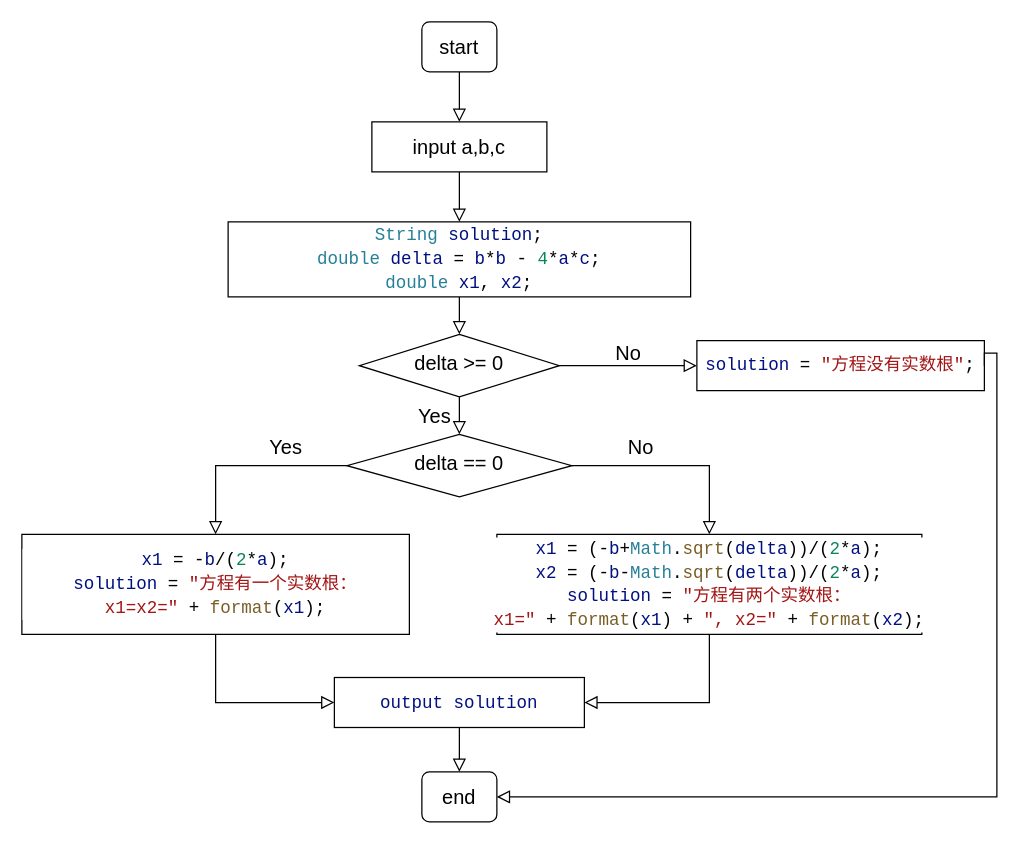
Earlier version of the draw.io diagram UML_practice/SWT_homework2-2.drawio (rise0608/images). Source tidied: cells renumbered, new cells numbered last; positions are measured from the earlier drawing's top-left corner, leaving out a move shared by most shapes. Both pictures are drawn from the tidied source at 125%, with x=0, y=0 at pixel (21, 21).
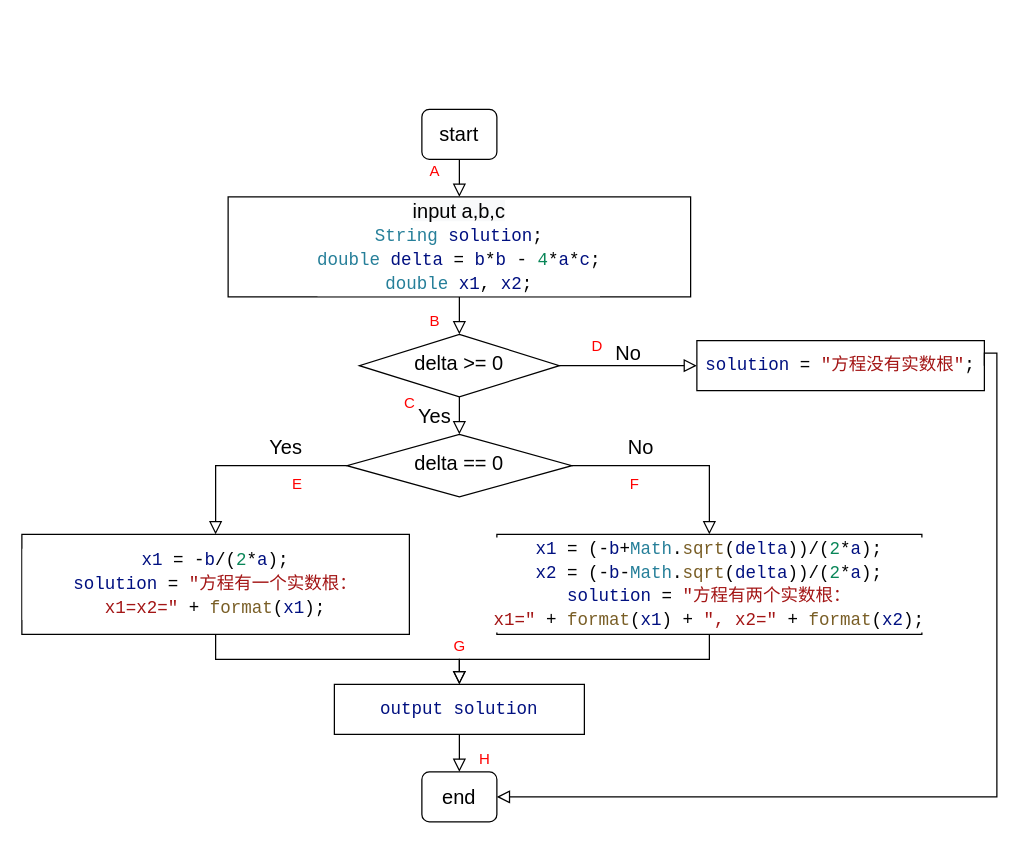
The same page after the edit.

Unchanged cells that the change refers to:
```xml
<mxCell id="10" value="&lt;div style=&quot;background-color: rgb(255 , 255 , 255) ; font-family: &amp;#34;consolas&amp;#34; , &amp;#34;courier new&amp;#34; , monospace ; font-size: 14px ; line-height: 19px&quot;&gt;&lt;div style=&quot;font-family: &amp;#34;consolas&amp;#34; , &amp;#34;courier new&amp;#34; , monospace ; line-height: 19px&quot;&gt;&lt;span style=&quot;color: #001080&quot;&gt;x1&lt;/span&gt;&amp;nbsp;=&amp;nbsp;(-&lt;span style=&quot;color: #001080&quot;&gt;b&lt;/span&gt;+&lt;span style=&quot;color: #267f99&quot;&gt;Math&lt;/span&gt;.&lt;span style=&quot;color: #795e26&quot;&gt;sqrt&lt;/span&gt;(&lt;span style=&quot;color: #001080&quot;&gt;delta&lt;/span&gt;))/(&lt;span style=&quot;color: #098658&quot;&gt;2&lt;/span&gt;*&lt;span style=&quot;color: #001080&quot;&gt;a&lt;/span&gt;);&lt;/div&gt;&lt;div style=&quot;font-family: &amp;#34;consolas&amp;#34; , &amp;#34;courier new&amp;#34; , monospace ; line-height: 19px&quot;&gt;&lt;div style=&quot;font-family: &amp;#34;consolas&amp;#34; , &amp;#34;courier new&amp;#34; , monospace ; line-height: 19px&quot;&gt;&lt;span style=&quot;color: #001080&quot;&gt;x2&lt;/span&gt;&amp;nbsp;=&amp;nbsp;(-&lt;span style=&quot;color: #001080&quot;&gt;b&lt;/span&gt;-&lt;span style=&quot;color: #267f99&quot;&gt;Math&lt;/span&gt;.&lt;span style=&quot;color: #795e26&quot;&gt;sqrt&lt;/span&gt;(&lt;span style=&quot;color: #001080&quot;&gt;delta&lt;/span&gt;))/(&lt;span style=&quot;color: #098658&quot;&gt;2&lt;/span&gt;*&lt;span style=&quot;color: #001080&quot;&gt;a&lt;/span&gt;);&lt;/div&gt;&lt;div style=&quot;font-family: &amp;#34;consolas&amp;#34; , &amp;#34;courier new&amp;#34; , monospace ; line-height: 19px&quot;&gt;&lt;div style=&quot;font-family: &amp;#34;consolas&amp;#34; , &amp;#34;courier new&amp;#34; , monospace ; line-height: 19px&quot;&gt;&lt;span style=&quot;color: #001080&quot;&gt;solution&lt;/span&gt;&amp;nbsp;=&amp;nbsp;&lt;span style=&quot;color: #a31515&quot;&gt;&quot;方程有两个实数根：x1=&quot;&lt;/span&gt;&amp;nbsp;+&amp;nbsp;&lt;span style=&quot;color: #795e26&quot;&gt;format&lt;/span&gt;(&lt;span style=&quot;color: #001080&quot;&gt;x1&lt;/span&gt;)&amp;nbsp;+&amp;nbsp;&lt;span style=&quot;color: #a31515&quot;&gt;&quot;,&amp;nbsp;x2=&quot;&lt;/span&gt;&amp;nbsp;+&amp;nbsp;&lt;span style=&quot;color: #795e26&quot;&gt;format&lt;/span&gt;(&lt;span style=&quot;color: #001080&quot;&gt;x2&lt;/span&gt;);&lt;/div&gt;&lt;/div&gt;&lt;/div&gt;&lt;/div&gt;" style="rounded=0;whiteSpace=wrap;html=1;fontSize=16;glass=0;strokeWidth=1;shadow=0;" parent="1" vertex="1">
  <mxGeometry x="380" y="410" width="340" height="80" as="geometry" />
</mxCell>
<mxCell id="11" value="&lt;div style=&quot;background-color: rgb(255 , 255 , 255) ; font-family: &amp;#34;consolas&amp;#34; , &amp;#34;courier new&amp;#34; , monospace ; font-size: 14px ; line-height: 19px&quot;&gt;&lt;div style=&quot;font-family: &amp;#34;consolas&amp;#34; , &amp;#34;courier new&amp;#34; , monospace ; line-height: 19px&quot;&gt;&lt;div&gt;&lt;span style=&quot;color: #001080&quot;&gt;x1&lt;/span&gt;&amp;nbsp;=&amp;nbsp;-&lt;span style=&quot;color: #001080&quot;&gt;b&lt;/span&gt;/(&lt;span style=&quot;color: #098658&quot;&gt;2&lt;/span&gt;*&lt;span style=&quot;color: #001080&quot;&gt;a&lt;/span&gt;);&lt;/div&gt;&lt;div&gt;&lt;span style=&quot;color: rgb(0 , 16 , 128)&quot;&gt;solution&lt;/span&gt;&amp;nbsp;=&amp;nbsp;&lt;span style=&quot;color: rgb(163 , 21 , 21)&quot;&gt;&quot;方程有一个实数根：x1=x2=&quot;&lt;/span&gt;&amp;nbsp;+&amp;nbsp;&lt;span style=&quot;color: rgb(121 , 94 , 38)&quot;&gt;format&lt;/span&gt;(&lt;span style=&quot;color: rgb(0 , 16 , 128)&quot;&gt;x1&lt;/span&gt;);&lt;/div&gt;&lt;/div&gt;&lt;/div&gt;" style="rounded=0;whiteSpace=wrap;html=1;fontSize=16;glass=0;strokeWidth=1;shadow=0;" parent="1" vertex="1">
  <mxGeometry y="410" width="310" height="80" as="geometry" />
</mxCell>
```

Change to the diagram source:
```diff
@@
     <mxCell id="2" value="start" style="rounded=1;whiteSpace=wrap;html=1;fontSize=16;glass=0;strokeWidth=1;shadow=0;" parent="1" vertex="1">
-      <mxGeometry x="320" width="60" height="40" as="geometry" />
+      <mxGeometry x="320" y="70" width="60" height="40" as="geometry" />
     </mxCell>
@@
     <mxCell id="12" value="&lt;div style=&quot;background-color: rgb(255 , 255 , 255) ; font-family: &amp;#34;consolas&amp;#34; , &amp;#34;courier new&amp;#34; , monospace ; font-size: 14px ; line-height: 19px&quot;&gt;&lt;font color=&quot;#001080&quot;&gt;output solution&lt;/font&gt;&lt;/div&gt;" style="rounded=0;whiteSpace=wrap;html=1;fontSize=16;glass=0;strokeWidth=1;shadow=0;" parent="1" vertex="1">
-      <mxGeometry x="250" y="524.5" width="200" height="40" as="geometry" />
+      <mxGeometry x="250" y="530" width="200" height="40" as="geometry" />
     </mxCell>
-    <mxCell id="13" value="input a,b,c" style="rounded=0;whiteSpace=wrap;html=1;fontSize=16;glass=0;strokeWidth=1;shadow=0;" parent="1" vertex="1">
-      <mxGeometry x="280" y="80" width="140" height="40" as="geometry" />
-    </mxCell>
-    <mxCell id="14" style="rounded=0;html=1;jettySize=auto;fontSize=16;endArrow=block;endFill=0;endSize=8;strokeWidth=1;shadow=0;labelBackgroundColor=none;edgeStyle=orthogonalEdgeStyle;entryX=0.5;entryY=0;entryDx=0;entryDy=0;" parent="1" edge="1" source="13" target="18">
-      <mxGeometry y="20" relative="1" as="geometry" />
-    </mxCell>
-    <mxCell id="15" style="rounded=0;html=1;jettySize=auto;fontSize=16;endArrow=block;endFill=0;endSize=8;strokeWidth=1;shadow=0;labelBackgroundColor=none;edgeStyle=orthogonalEdgeStyle;exitX=0.5;exitY=1;exitDx=0;exitDy=0;entryX=0.5;entryY=0;entryDx=0;entryDy=0;" parent="1" edge="1" source="2" target="13">
+    <mxCell id="15" style="rounded=0;html=1;jettySize=auto;fontSize=16;endArrow=block;endFill=0;endSize=8;strokeWidth=1;shadow=0;labelBackgroundColor=none;edgeStyle=orthogonalEdgeStyle;exitX=0.5;exitY=1;exitDx=0;exitDy=0;entryX=0.5;entryY=0;entryDx=0;entryDy=0;" parent="1" edge="1" source="2" target="18">
       <mxGeometry y="20" relative="1" as="geometry" />
     </mxCell>
-    <mxCell id="16" style="rounded=0;html=1;jettySize=auto;fontSize=16;endArrow=block;endFill=0;endSize=8;strokeWidth=1;shadow=0;labelBackgroundColor=none;edgeStyle=orthogonalEdgeStyle;exitX=0.5;exitY=1;exitDx=0;exitDy=0;entryX=1;entryY=0.5;entryDx=0;entryDy=0;" parent="1" edge="1" source="10" target="12">
-      <mxGeometry y="20" relative="1" as="geometry" />
+    <mxCell id="16" style="rounded=0;html=1;jettySize=auto;fontSize=16;endArrow=block;endFill=0;endSize=8;strokeWidth=1;shadow=0;labelBackgroundColor=none;edgeStyle=orthogonalEdgeStyle;exitX=0.5;exitY=1;exitDx=0;exitDy=0;" parent="1" edge="1" source="10" target="12">
+      <mxGeometry y="20" relative="1" as="geometry">
+        <Array as="points">
+          <mxPoint x="550" y="510" />
+          <mxPoint x="350" y="510" />
+        </Array>
+      </mxGeometry>
     </mxCell>
-    <mxCell id="17" style="rounded=0;html=1;jettySize=auto;fontSize=16;endArrow=block;endFill=0;endSize=8;strokeWidth=1;shadow=0;labelBackgroundColor=none;edgeStyle=orthogonalEdgeStyle;entryX=0;entryY=0.5;entryDx=0;entryDy=0;exitX=0.5;exitY=1;exitDx=0;exitDy=0;" parent="1" edge="1" source="11" target="12">
-      <mxGeometry y="20" relative="1" as="geometry" />
+    <mxCell id="17" style="rounded=0;html=1;jettySize=auto;fontSize=16;endArrow=block;endFill=0;endSize=8;strokeWidth=1;shadow=0;labelBackgroundColor=none;edgeStyle=orthogonalEdgeStyle;entryX=0.5;entryY=0;entryDx=0;entryDy=0;exitX=0.5;exitY=1;exitDx=0;exitDy=0;" parent="1" edge="1" source="11" target="12">
+      <mxGeometry y="20" relative="1" as="geometry">
+        <Array as="points">
+          <mxPoint x="155" y="510" />
+          <mxPoint x="350" y="510" />
+        </Array>
+      </mxGeometry>
     </mxCell>
-    <mxCell id="18" value="&lt;div style=&quot;background-color: rgb(255 , 255 , 255) ; font-family: &amp;#34;consolas&amp;#34; , &amp;#34;courier new&amp;#34; , monospace ; font-size: 14px ; line-height: 19px&quot;&gt;&lt;div style=&quot;font-family: &amp;#34;consolas&amp;#34; , &amp;#34;courier new&amp;#34; , monospace ; line-height: 19px&quot;&gt;&lt;div&gt;&lt;span style=&quot;color: #267f99&quot;&gt;String&lt;/span&gt;&amp;nbsp;&lt;span style=&quot;color: #001080&quot;&gt;solution&lt;/span&gt;;&lt;/div&gt;&lt;div&gt;&lt;span style=&quot;color: rgb(38 , 127 , 153)&quot;&gt;double&lt;/span&gt;&amp;nbsp;&lt;span style=&quot;color: rgb(0 , 16 , 128)&quot;&gt;delta&lt;/span&gt;&amp;nbsp;=&amp;nbsp;&lt;span style=&quot;color: rgb(0 , 16 , 128)&quot;&gt;b&lt;/span&gt;*&lt;span style=&quot;color: rgb(0 , 16 , 128)&quot;&gt;b&lt;/span&gt;&amp;nbsp;-&amp;nbsp;&lt;span style=&quot;color: rgb(9 , 134 , 88)&quot;&gt;4&lt;/span&gt;*&lt;span style=&quot;color: rgb(0 , 16 , 128)&quot;&gt;a&lt;/span&gt;*&lt;span style=&quot;color: rgb(0 , 16 , 128)&quot;&gt;c&lt;/span&gt;;&lt;/div&gt;&lt;div&gt;&lt;span style=&quot;color: rgb(38 , 127 , 153)&quot;&gt;double&lt;/span&gt;&amp;nbsp;&lt;span style=&quot;color: rgb(0 , 16 , 128)&quot;&gt;x1&lt;/span&gt;,&amp;nbsp;&lt;span style=&quot;color: rgb(0 , 16 , 128)&quot;&gt;x2&lt;/span&gt;;&lt;/div&gt;&lt;/div&gt;&lt;/div&gt;" style="rounded=0;whiteSpace=wrap;html=1;fontSize=16;glass=0;strokeWidth=1;shadow=0;" parent="1" vertex="1">
-      <mxGeometry x="165" y="160" width="370" height="60" as="geometry" />
+    <mxCell id="18" value="&lt;div style=&quot;background-color: rgb(255 , 255 , 255) ; font-family: &amp;#34;consolas&amp;#34; , &amp;#34;courier new&amp;#34; , monospace ; font-size: 14px ; line-height: 19px&quot;&gt;&lt;div style=&quot;font-family: &amp;#34;consolas&amp;#34; , &amp;#34;courier new&amp;#34; , monospace ; line-height: 19px&quot;&gt;&lt;div&gt;&lt;span style=&quot;font-family: &amp;#34;helvetica&amp;#34; ; font-size: 16px ; background-color: rgb(248 , 249 , 250)&quot;&gt;input a,b,c&lt;/span&gt;&lt;span style=&quot;color: #267f99&quot;&gt;&lt;br&gt;&lt;/span&gt;&lt;/div&gt;&lt;div&gt;&lt;span style=&quot;color: #267f99&quot;&gt;String&lt;/span&gt;&amp;nbsp;&lt;span style=&quot;color: #001080&quot;&gt;solution&lt;/span&gt;;&lt;/div&gt;&lt;div&gt;&lt;span style=&quot;color: rgb(38 , 127 , 153)&quot;&gt;double&lt;/span&gt;&amp;nbsp;&lt;span style=&quot;color: rgb(0 , 16 , 128)&quot;&gt;delta&lt;/span&gt;&amp;nbsp;=&amp;nbsp;&lt;span style=&quot;color: rgb(0 , 16 , 128)&quot;&gt;b&lt;/span&gt;*&lt;span style=&quot;color: rgb(0 , 16 , 128)&quot;&gt;b&lt;/span&gt;&amp;nbsp;-&amp;nbsp;&lt;span style=&quot;color: rgb(9 , 134 , 88)&quot;&gt;4&lt;/span&gt;*&lt;span style=&quot;color: rgb(0 , 16 , 128)&quot;&gt;a&lt;/span&gt;*&lt;span style=&quot;color: rgb(0 , 16 , 128)&quot;&gt;c&lt;/span&gt;;&lt;/div&gt;&lt;div&gt;&lt;span style=&quot;color: rgb(38 , 127 , 153)&quot;&gt;double&lt;/span&gt;&amp;nbsp;&lt;span style=&quot;color: rgb(0 , 16 , 128)&quot;&gt;x1&lt;/span&gt;,&amp;nbsp;&lt;span style=&quot;color: rgb(0 , 16 , 128)&quot;&gt;x2&lt;/span&gt;;&lt;/div&gt;&lt;/div&gt;&lt;/div&gt;" style="rounded=0;whiteSpace=wrap;html=1;fontSize=16;glass=0;strokeWidth=1;shadow=0;" parent="1" vertex="1">
+      <mxGeometry x="165" y="140" width="370" height="80" as="geometry" />
     </mxCell>
@@
+    <mxCell id="23" value="&lt;font color=&quot;#ff0000&quot;&gt;A&lt;/font&gt;" style="text;html=1;align=center;verticalAlign=middle;strokeColor=none;" parent="1" vertex="1">
+      <mxGeometry x="320" y="110" width="20" height="20" as="geometry" />
+    </mxCell>
+    <mxCell id="24" value="&lt;font color=&quot;#ff0000&quot;&gt;B&lt;/font&gt;" style="text;html=1;align=center;verticalAlign=middle;strokeColor=none;" parent="1" vertex="1">
+      <mxGeometry x="320" y="230" width="20" height="20" as="geometry" />
+    </mxCell>
+    <mxCell id="25" value="&lt;font color=&quot;#ff0000&quot;&gt;C&lt;/font&gt;" style="text;html=1;align=center;verticalAlign=middle;strokeColor=none;" parent="1" vertex="1">
+      <mxGeometry x="300" y="295" width="20" height="20" as="geometry" />
+    </mxCell>
+    <mxCell id="26" value="&lt;font color=&quot;#ff0000&quot;&gt;D&lt;/font&gt;" style="text;html=1;align=center;verticalAlign=middle;strokeColor=none;" parent="1" vertex="1">
+      <mxGeometry x="450" y="250" width="20" height="20" as="geometry" />
+    </mxCell>
+    <mxCell id="27" value="&lt;font color=&quot;#ff0000&quot;&gt;E&lt;/font&gt;" style="text;html=1;align=center;verticalAlign=middle;strokeColor=none;" parent="1" vertex="1">
+      <mxGeometry x="210" y="360" width="20" height="20" as="geometry" />
+    </mxCell>
+    <mxCell id="28" value="&lt;font color=&quot;#ff0000&quot;&gt;F&lt;/font&gt;" style="text;html=1;align=center;verticalAlign=middle;strokeColor=none;" parent="1" vertex="1">
+      <mxGeometry x="480" y="360" width="20" height="20" as="geometry" />
+    </mxCell>
+    <mxCell id="29" value="&lt;font color=&quot;#ff0000&quot;&gt;G&lt;/font&gt;" style="text;html=1;align=center;verticalAlign=middle;strokeColor=none;" parent="1" vertex="1">
+      <mxGeometry x="340" y="490" width="20" height="20" as="geometry" />
+    </mxCell>
+    <mxCell id="30" value="&lt;font color=&quot;#ff0000&quot;&gt;H&lt;/font&gt;" style="text;html=1;align=center;verticalAlign=middle;strokeColor=none;" parent="1" vertex="1">
+      <mxGeometry x="360" y="580" width="20" height="20" as="geometry" />
+    </mxCell>
```
